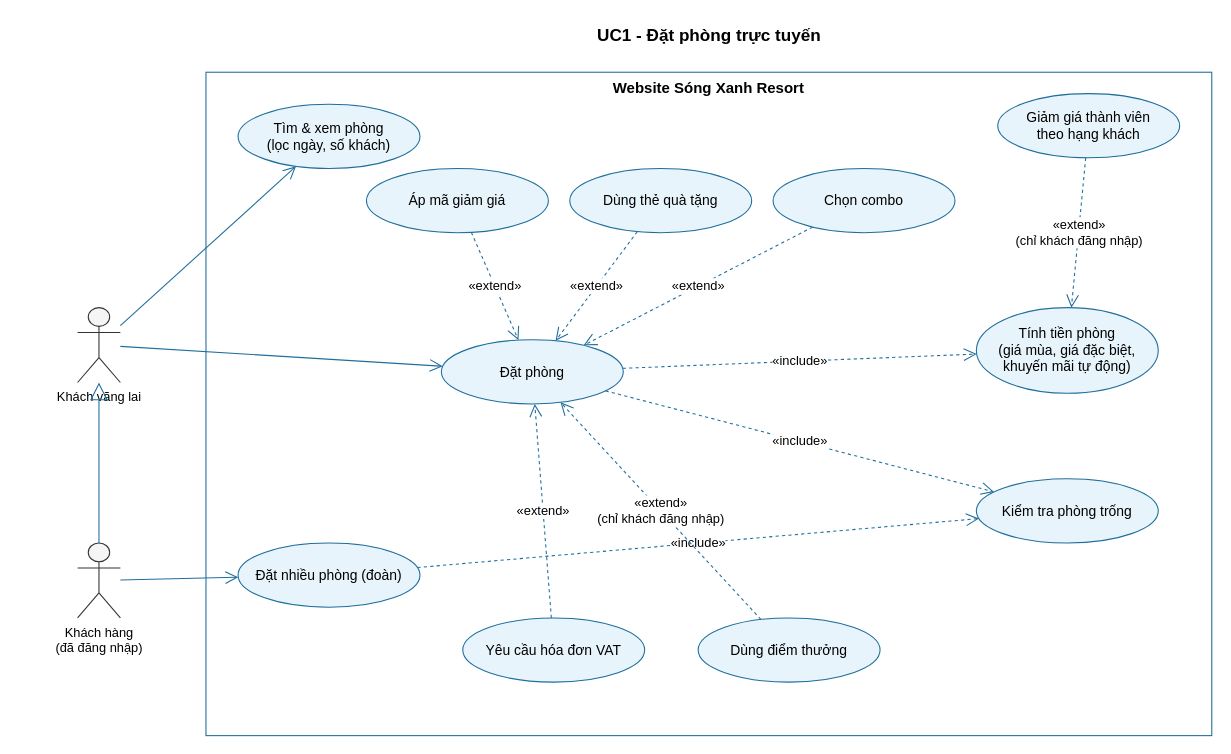
Above: docs/use-case/uc1-dat-phong.drawio in ngynquchn2511/beach-hotel (draw.io), before the change. Source tidied: cells renumbered, new cells numbered last; positions are measured from the earlier drawing's top-left corner, leaving out a move shared by most shapes. Both pictures are drawn from the tidied source at 107%, with x=0, y=0 at pixel (77, 18).
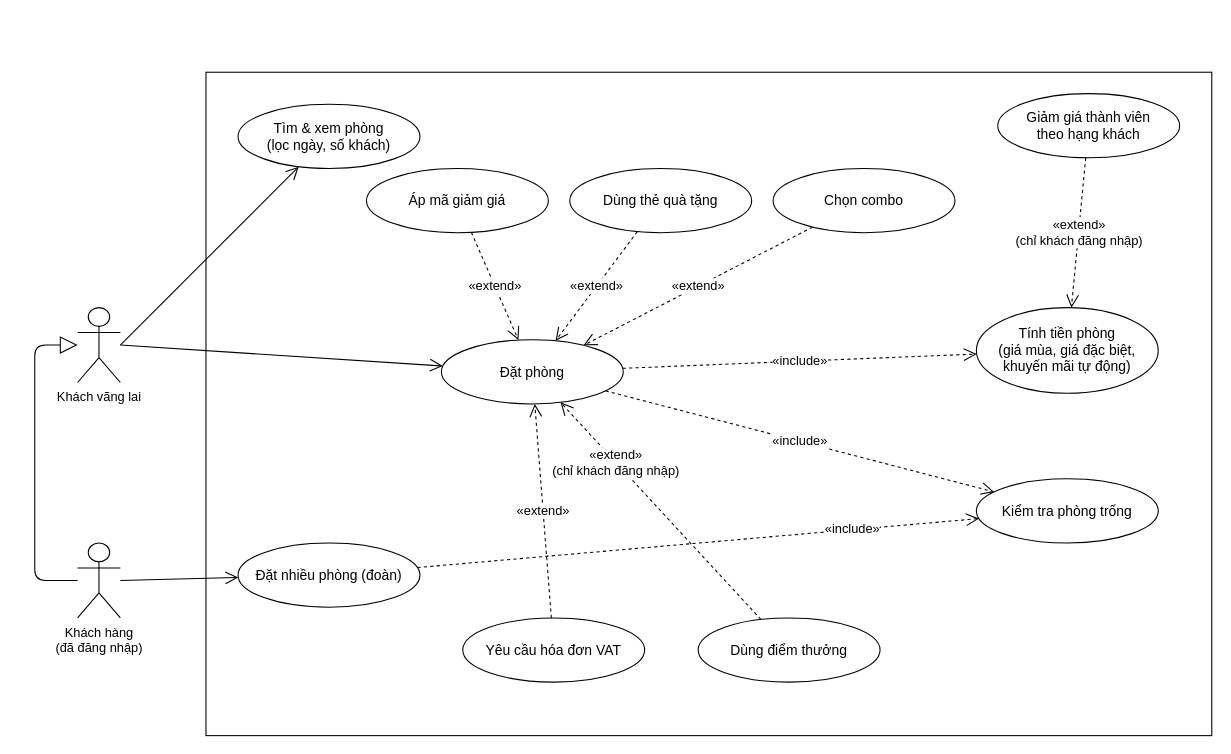
The same diagram, later.

Diff of the diagram source:
```diff
@@
-    <mxCell id="2" value="UC1 - Đặt phòng trực tuyến" style="text;html=1;align=center;verticalAlign=middle;fontStyle=1;fontSize=16;" parent="1" vertex="1">
-      <mxGeometry x="120" width="940" height="30" as="geometry" />
-    </mxCell>
-    <mxCell id="3" value="Website Sóng Xanh Resort" style="rounded=0;whiteSpace=wrap;html=1;verticalAlign=top;fontStyle=1;fontSize=14;fillColor=none;strokeColor=#1F6E9C;" parent="1" vertex="1">
+    <mxCell id="3" style="rounded=0;whiteSpace=wrap;html=1;verticalAlign=top;fontStyle=1;fontSize=14;fillColor=none;strokeColor=#000000;" parent="1" vertex="1">
       <mxGeometry x="120" y="50" width="940" height="620" as="geometry" />
     </mxCell>
-    <mxCell id="4" value="Khách vãng lai" style="shape=umlActor;verticalLabelPosition=bottom;verticalAlign=top;html=1;outlineConnect=0;fillColor=#F5F5F5;strokeColor=#333333;" parent="1" vertex="1">
+    <mxCell id="4" value="Khách vãng lai" style="shape=umlActor;verticalLabelPosition=bottom;verticalAlign=top;html=1;outlineConnect=0;fillColor=#FFFFFF;strokeColor=#000000;" parent="1" vertex="1">
       <mxGeometry y="270" width="40" height="70" as="geometry" />
     </mxCell>
-    <mxCell id="5" value="Khách hàng&lt;br&gt;(đã đăng nhập)" style="shape=umlActor;verticalLabelPosition=bottom;verticalAlign=top;html=1;outlineConnect=0;fillColor=#F5F5F5;strokeColor=#333333;" parent="1" vertex="1">
+    <mxCell id="5" value="Khách hàng&lt;br&gt;(đã đăng nhập)" style="shape=umlActor;verticalLabelPosition=bottom;verticalAlign=top;html=1;outlineConnect=0;fillColor=#FFFFFF;strokeColor=#000000;" parent="1" vertex="1">
       <mxGeometry y="490" width="40" height="70" as="geometry" />
     </mxCell>
-    <mxCell id="6" value="Tìm &amp;amp; xem phòng&lt;br&gt;(lọc ngày, số khách)" style="ellipse;whiteSpace=wrap;html=1;fillColor=#E8F4FB;strokeColor=#1F6E9C;fontSize=13;" parent="3" vertex="1">
+    <mxCell id="6" value="Tìm &amp;amp; xem phòng&lt;br&gt;(lọc ngày, số khách)" style="ellipse;whiteSpace=wrap;html=1;fillColor=#FFFFFF;strokeColor=#000000;fontSize=13;" parent="3" vertex="1">
       <mxGeometry x="30" y="30" width="170" height="60" as="geometry" />
     </mxCell>
-    <mxCell id="7" value="Đặt phòng" style="ellipse;whiteSpace=wrap;html=1;fillColor=#E8F4FB;strokeColor=#1F6E9C;fontSize=13;" parent="3" vertex="1">
+    <mxCell id="7" value="Đặt phòng" style="ellipse;whiteSpace=wrap;html=1;fillColor=#FFFFFF;strokeColor=#000000;fontSize=13;" parent="3" vertex="1">
       <mxGeometry x="220" y="250" width="170" height="60" as="geometry" />
     </mxCell>
-    <mxCell id="8" value="Đặt nhiều phòng (đoàn)" style="ellipse;whiteSpace=wrap;html=1;fillColor=#E8F4FB;strokeColor=#1F6E9C;fontSize=13;" parent="3" vertex="1">
+    <mxCell id="8" value="Đặt nhiều phòng (đoàn)" style="ellipse;whiteSpace=wrap;html=1;fillColor=#FFFFFF;strokeColor=#000000;fontSize=13;" parent="3" vertex="1">
       <mxGeometry x="30" y="440" width="170" height="60" as="geometry" />
     </mxCell>
-    <mxCell id="9" value="Áp mã giảm giá" style="ellipse;whiteSpace=wrap;html=1;fillColor=#E8F4FB;strokeColor=#1F6E9C;fontSize=13;" parent="3" vertex="1">
+    <mxCell id="9" value="Áp mã giảm giá" style="ellipse;whiteSpace=wrap;html=1;fillColor=#FFFFFF;strokeColor=#000000;fontSize=13;" parent="3" vertex="1">
       <mxGeometry x="150" y="90" width="170" height="60" as="geometry" />
     </mxCell>
-    <mxCell id="10" value="Dùng thẻ quà tặng" style="ellipse;whiteSpace=wrap;html=1;fillColor=#E8F4FB;strokeColor=#1F6E9C;fontSize=13;" parent="3" vertex="1">
+    <mxCell id="10" value="Dùng thẻ quà tặng" style="ellipse;whiteSpace=wrap;html=1;fillColor=#FFFFFF;strokeColor=#000000;fontSize=13;" parent="3" vertex="1">
       <mxGeometry x="340" y="90" width="170" height="60" as="geometry" />
     </mxCell>
-    <mxCell id="11" value="Chọn combo" style="ellipse;whiteSpace=wrap;html=1;fillColor=#E8F4FB;strokeColor=#1F6E9C;fontSize=13;" parent="3" vertex="1">
+    <mxCell id="11" value="Chọn combo" style="ellipse;whiteSpace=wrap;html=1;fillColor=#FFFFFF;strokeColor=#000000;fontSize=13;" parent="3" vertex="1">
       <mxGeometry x="530" y="90" width="170" height="60" as="geometry" />
     </mxCell>
-    <mxCell id="12" value="Yêu cầu hóa đơn VAT" style="ellipse;whiteSpace=wrap;html=1;fillColor=#E8F4FB;strokeColor=#1F6E9C;fontSize=13;" parent="3" vertex="1">
+    <mxCell id="12" value="Yêu cầu hóa đơn VAT" style="ellipse;whiteSpace=wrap;html=1;fillColor=#FFFFFF;strokeColor=#000000;fontSize=13;" parent="3" vertex="1">
       <mxGeometry x="240" y="510" width="170" height="60" as="geometry" />
     </mxCell>
-    <mxCell id="13" value="Dùng điểm thưởng" style="ellipse;whiteSpace=wrap;html=1;fillColor=#E8F4FB;strokeColor=#1F6E9C;fontSize=13;" parent="3" vertex="1">
+    <mxCell id="13" value="Dùng điểm thưởng" style="ellipse;whiteSpace=wrap;html=1;fillColor=#FFFFFF;strokeColor=#000000;fontSize=13;" parent="3" vertex="1">
       <mxGeometry x="460" y="510" width="170" height="60" as="geometry" />
     </mxCell>
-    <mxCell id="14" value="Tính tiền phòng&lt;br&gt;(giá mùa, giá đặc biệt,&lt;br&gt;khuyến mãi tự động)" style="ellipse;whiteSpace=wrap;html=1;fillColor=#E8F4FB;strokeColor=#1F6E9C;fontSize=13;" parent="3" vertex="1">
+    <mxCell id="14" value="Tính tiền phòng&lt;br&gt;(giá mùa, giá đặc biệt,&lt;br&gt;khuyến mãi tự động)" style="ellipse;whiteSpace=wrap;html=1;fillColor=#FFFFFF;strokeColor=#000000;fontSize=13;" parent="3" vertex="1">
       <mxGeometry x="720" y="220" width="170" height="80" as="geometry" />
     </mxCell>
-    <mxCell id="15" value="Kiểm tra phòng trống" style="ellipse;whiteSpace=wrap;html=1;fillColor=#E8F4FB;strokeColor=#1F6E9C;fontSize=13;" parent="3" vertex="1">
+    <mxCell id="15" value="Kiểm tra phòng trống" style="ellipse;whiteSpace=wrap;html=1;fillColor=#FFFFFF;strokeColor=#000000;fontSize=13;" parent="3" vertex="1">
       <mxGeometry x="720" y="380" width="170" height="60" as="geometry" />
     </mxCell>
-    <mxCell id="16" value="Giảm giá thành viên&lt;br&gt;theo hạng khách" style="ellipse;whiteSpace=wrap;html=1;fillColor=#E8F4FB;strokeColor=#1F6E9C;fontSize=13;" parent="3" vertex="1">
+    <mxCell id="16" value="Giảm giá thành viên&lt;br&gt;theo hạng khách" style="ellipse;whiteSpace=wrap;html=1;fillColor=#FFFFFF;strokeColor=#000000;fontSize=13;" parent="3" vertex="1">
       <mxGeometry x="740" y="20" width="170" height="60" as="geometry" />
     </mxCell>
-    <mxCell id="17" style="endArrow=block;endFill=0;endSize=14;html=1;strokeColor=#1F6E9C;" parent="1" edge="1" source="5" target="4">
-      <mxGeometry relative="1" as="geometry" />
+    <mxCell id="17" style="endArrow=block;endFill=0;endSize=14;html=1;strokeColor=#000000;edgeStyle=orthogonalEdgeStyle;exitX=0;exitY=0.5;exitPerimeter=0;entryX=0;entryY=0.5;entryPerimeter=0;" parent="1" edge="1" source="5" target="4">
+      <mxGeometry relative="1" as="geometry">
+        <Array as="points">
+          <mxPoint x="-40" y="525" />
+          <mxPoint x="-40" y="305" />
+        </Array>
+      </mxGeometry>
     </mxCell>
-    <mxCell id="18" style="endArrow=open;endSize=10;html=1;strokeColor=#1F6E9C;" parent="1" edge="1" source="4" target="6">
+    <mxCell id="18" style="endArrow=open;endSize=10;html=1;strokeColor=#000000;exitX=1;exitY=0.5;exitPerimeter=0;" parent="1" edge="1" source="4" target="6">
       <mxGeometry relative="1" as="geometry" />
     </mxCell>
-    <mxCell id="19" style="endArrow=open;endSize=10;html=1;strokeColor=#1F6E9C;" parent="1" edge="1" source="4" target="7">
+    <mxCell id="19" style="endArrow=open;endSize=10;html=1;strokeColor=#000000;exitX=1;exitY=0.5;exitPerimeter=0;" parent="1" edge="1" source="4" target="7">
       <mxGeometry relative="1" as="geometry" />
     </mxCell>
-    <mxCell id="20" style="endArrow=open;endSize=10;html=1;strokeColor=#1F6E9C;" parent="1" edge="1" source="5" target="8">
+    <mxCell id="20" style="endArrow=open;endSize=10;html=1;strokeColor=#000000;exitX=1;exitY=0.5;exitPerimeter=0;" parent="1" edge="1" source="5" target="8">
       <mxGeometry relative="1" as="geometry" />
     </mxCell>
-    <mxCell id="21" value="«include»" style="endArrow=open;endSize=10;dashed=1;html=1;strokeColor=#1F6E9C;fontSize=12;labelBackgroundColor=#FFFFFF;" parent="1" edge="1" source="7" target="14">
+    <mxCell id="21" value="«include»" style="endArrow=open;endSize=10;dashed=1;html=1;strokeColor=#000000;fontSize=12;labelBackgroundColor=#FFFFFF;" parent="1" edge="1" source="7" target="14">
       <mxGeometry relative="1" as="geometry" />
     </mxCell>
-    <mxCell id="22" value="«include»" style="endArrow=open;endSize=10;dashed=1;html=1;strokeColor=#1F6E9C;fontSize=12;labelBackgroundColor=#FFFFFF;" parent="1" edge="1" source="7" target="15">
+    <mxCell id="22" value="«include»" style="endArrow=open;endSize=10;dashed=1;html=1;strokeColor=#000000;fontSize=12;labelBackgroundColor=#FFFFFF;" parent="1" edge="1" source="7" target="15">
       <mxGeometry relative="1" as="geometry" />
     </mxCell>
-    <mxCell id="23" value="«include»" style="endArrow=open;endSize=10;dashed=1;html=1;strokeColor=#1F6E9C;fontSize=12;labelBackgroundColor=#FFFFFF;" parent="1" edge="1" source="8" target="15">
-      <mxGeometry relative="1" as="geometry" />
+    <mxCell id="23" value="«include»" style="endArrow=open;endSize=10;dashed=1;html=1;strokeColor=#000000;fontSize=12;labelBackgroundColor=#FFFFFF;" parent="1" edge="1" source="8" target="15">
+      <mxGeometry x="0.55" relative="1" as="geometry" />
     </mxCell>
-    <mxCell id="24" value="«extend»" style="endArrow=open;endSize=10;dashed=1;html=1;strokeColor=#1F6E9C;fontSize=12;labelBackgroundColor=#FFFFFF;" parent="1" edge="1" source="9" target="7">
+    <mxCell id="24" value="«extend»" style="endArrow=open;endSize=10;dashed=1;html=1;strokeColor=#000000;fontSize=12;labelBackgroundColor=#FFFFFF;" parent="1" edge="1" source="9" target="7">
       <mxGeometry relative="1" as="geometry" />
     </mxCell>
-    <mxCell id="25" value="«extend»" style="endArrow=open;endSize=10;dashed=1;html=1;strokeColor=#1F6E9C;fontSize=12;labelBackgroundColor=#FFFFFF;" parent="1" edge="1" source="10" target="7">
+    <mxCell id="25" value="«extend»" style="endArrow=open;endSize=10;dashed=1;html=1;strokeColor=#000000;fontSize=12;labelBackgroundColor=#FFFFFF;" parent="1" edge="1" source="10" target="7">
       <mxGeometry relative="1" as="geometry" />
     </mxCell>
-    <mxCell id="26" value="«extend»" style="endArrow=open;endSize=10;dashed=1;html=1;strokeColor=#1F6E9C;fontSize=12;labelBackgroundColor=#FFFFFF;" parent="1" edge="1" source="11" target="7">
+    <mxCell id="26" value="«extend»" style="endArrow=open;endSize=10;dashed=1;html=1;strokeColor=#000000;fontSize=12;labelBackgroundColor=#FFFFFF;" parent="1" edge="1" source="11" target="7">
       <mxGeometry relative="1" as="geometry" />
     </mxCell>
-    <mxCell id="27" value="«extend»" style="endArrow=open;endSize=10;dashed=1;html=1;strokeColor=#1F6E9C;fontSize=12;labelBackgroundColor=#FFFFFF;" parent="1" edge="1" source="12" target="7">
+    <mxCell id="27" value="«extend»" style="endArrow=open;endSize=10;dashed=1;html=1;strokeColor=#000000;fontSize=12;labelBackgroundColor=#FFFFFF;" parent="1" edge="1" source="12" target="7">
       <mxGeometry relative="1" as="geometry" />
     </mxCell>
-    <mxCell id="28" value="«extend»&lt;br&gt;(chỉ khách đăng nhập)" style="endArrow=open;endSize=10;dashed=1;html=1;strokeColor=#1F6E9C;fontSize=12;labelBackgroundColor=#FFFFFF;" parent="1" edge="1" source="13" target="7">
-      <mxGeometry relative="1" as="geometry" />
+    <mxCell id="28" value="«extend»&lt;br&gt;(chỉ khách đăng nhập)" style="endArrow=open;endSize=10;dashed=1;html=1;strokeColor=#000000;fontSize=12;labelBackgroundColor=#FFFFFF;" parent="1" edge="1" source="13" target="7">
+      <mxGeometry x="0.45" relative="1" as="geometry" />
     </mxCell>
-    <mxCell id="29" value="«extend»&lt;br&gt;(chỉ khách đăng nhập)" style="endArrow=open;endSize=10;dashed=1;html=1;strokeColor=#1F6E9C;fontSize=12;labelBackgroundColor=#FFFFFF;" parent="1" edge="1" source="16" target="14">
+    <mxCell id="29" value="«extend»&lt;br&gt;(chỉ khách đăng nhập)" style="endArrow=open;endSize=10;dashed=1;html=1;strokeColor=#000000;fontSize=12;labelBackgroundColor=#FFFFFF;" parent="1" edge="1" source="16" target="14">
       <mxGeometry relative="1" as="geometry" />
     </mxCell>
```
